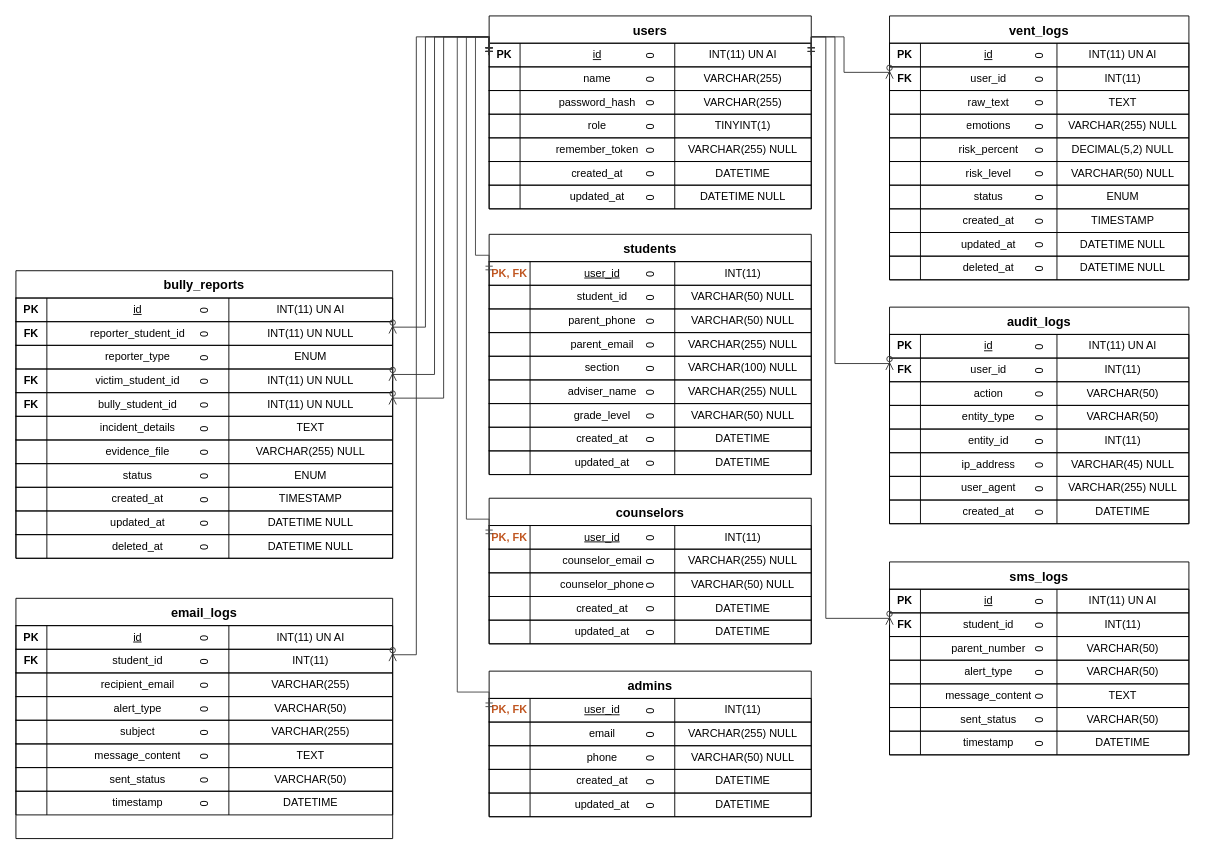
CrayCray3000/StudentShield-SoftwareEngineering keeps this draw.io diagram as docs/erd_diagram.drawio. Above is the earlier version. Source tidied: cells renumbered, new cells numbered last; positions are measured from the earlier drawing's top-left corner, leaving out a move shared by most shapes. Both pictures are drawn from the tidied source at 91%, with x=0, y=0 at pixel (15, 15).
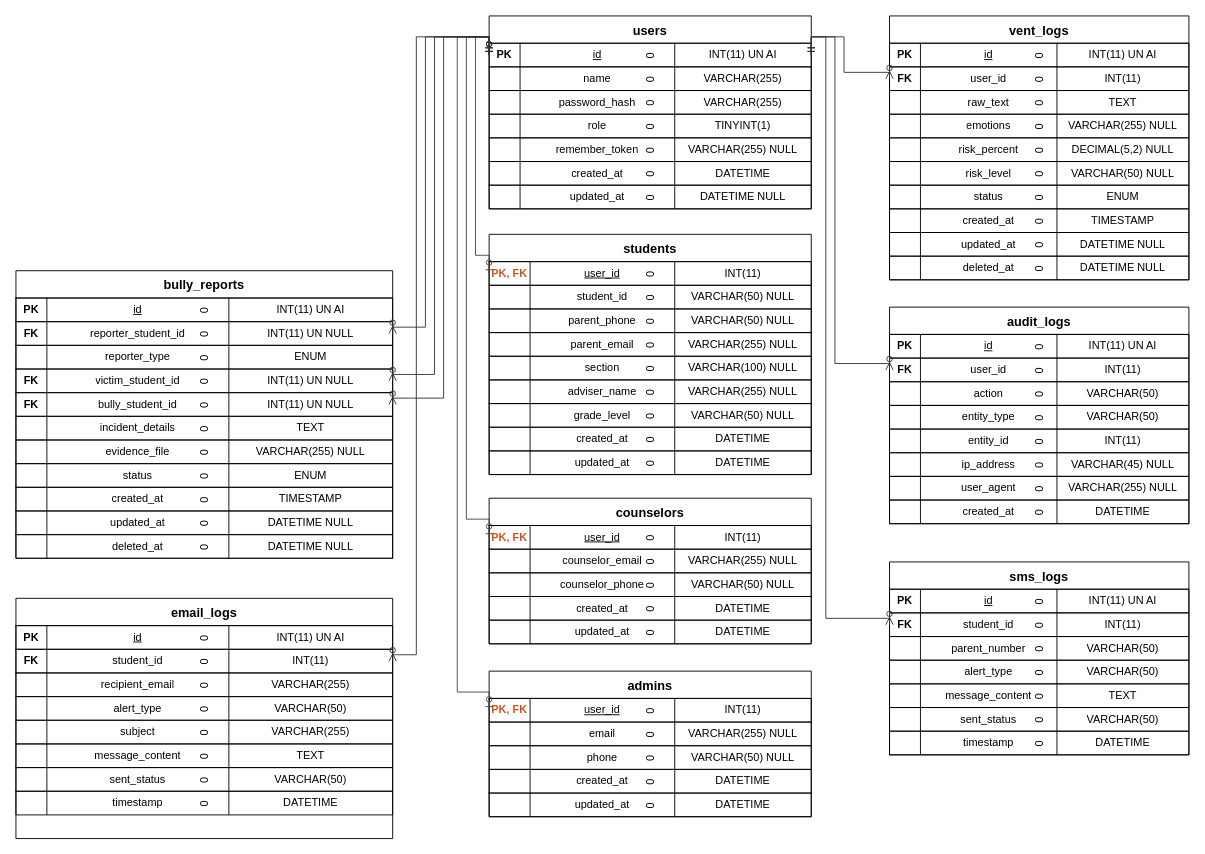
Above is the later version.

Commit message (it also covers changes not shown here):
Doc: update ERD cardinality and relationships to match schema constraints exactly

Unchanged cells that the change refers to:
```xml
<mxCell id="3" value="0" style="shape=tableRow;horizontal=0;startSize=0;swimlaneHead=0;swimlaneBody=0;fillColor=none;points=[[0,0.5],[1,0.5]];portConstraint=eastwest;fontSize=12;strokeColor=inherit;" parent="2" vertex="1">
  <mxGeometry y="30" width="354" height="26" as="geometry" />
</mxCell>
<mxCell id="32" value="0" style="shape=tableRow;horizontal=0;startSize=0;swimlaneHead=0;swimlaneBody=0;fillColor=none;points=[[0,0.5],[1,0.5]];portConstraint=eastwest;fontSize=12;strokeColor=inherit;" parent="31" vertex="1">
  <mxGeometry y="30" width="354" height="26" as="geometry" />
</mxCell>
<mxCell id="69" value="0" style="shape=tableRow;horizontal=0;startSize=0;swimlaneHead=0;swimlaneBody=0;fillColor=none;points=[[0,0.5],[1,0.5]];portConstraint=eastwest;fontSize=12;strokeColor=inherit;" parent="68" vertex="1">
  <mxGeometry y="30" width="354" height="26" as="geometry" />
</mxCell>
<mxCell id="90" value="0" style="shape=tableRow;horizontal=0;startSize=0;swimlaneHead=0;swimlaneBody=0;fillColor=none;points=[[0,0.5],[1,0.5]];portConstraint=eastwest;fontSize=12;strokeColor=inherit;" parent="89" vertex="1">
  <mxGeometry y="30" width="354" height="26" as="geometry" />
</mxCell>
<mxCell id="218" value="0" style="shape=tableRow;horizontal=0;startSize=0;swimlaneHead=0;swimlaneBody=0;fillColor=none;points=[[0,0.5],[1,0.5]];portConstraint=eastwest;fontSize=12;strokeColor=inherit;" parent="213" vertex="1">
  <mxGeometry y="56" width="414" height="26" as="geometry" />
</mxCell>
<mxCell id="226" value="0" style="shape=tableRow;horizontal=0;startSize=0;swimlaneHead=0;swimlaneBody=0;fillColor=none;points=[[0,0.5],[1,0.5]];portConstraint=eastwest;fontSize=12;strokeColor=inherit;" parent="213" vertex="1">
  <mxGeometry y="108" width="414" height="26" as="geometry" />
</mxCell>
<mxCell id="230" value="0" style="shape=tableRow;horizontal=0;startSize=0;swimlaneHead=0;swimlaneBody=0;fillColor=none;points=[[0,0.5],[1,0.5]];portConstraint=eastwest;fontSize=12;strokeColor=inherit;" parent="213" vertex="1">
  <mxGeometry y="134" width="414" height="26" as="geometry" />
</mxCell>
```

Change to the diagram source:
```diff
@@
-    <mxCell id="291" style="edgeStyle=orthogonalEdgeStyle;rounded=0;jettySize=auto;html=1;endArrow=ERmandOne;endFill=0;startArrow=ERmandOne;startFill=0;strokeColor=#444444;exitX=0;exitY=0.5;exitDx=0;exitDy=0;exitPerimeter=0;entryX=0;entryY=0.5;entryDx=0;entryDy=0;entryPerimeter=0;" parent="1" edge="1" source="3" target="32">
+    <mxCell id="291" style="edgeStyle=orthogonalEdgeStyle;rounded=0;jettySize=auto;html=1;endArrow=ERzeroToOne;endFill=0;startArrow=ERmandOne;startFill=0;strokeColor=#444444;exitX=0;exitY=0.5;exitDx=0;exitDy=0;exitPerimeter=0;entryX=0;entryY=0.5;entryDx=0;entryDy=0;entryPerimeter=0;" parent="1" edge="1" source="3" target="32">
       <mxGeometry relative="1" as="geometry">
         <Array as="points">
           <mxPoint x="505" y="23" />
           <mxPoint x="505" y="263" />
         </Array>
       </mxGeometry>
     </mxCell>
-    <mxCell id="292" style="edgeStyle=orthogonalEdgeStyle;rounded=0;jettySize=auto;html=1;endArrow=ERmandOne;endFill=0;startArrow=ERmandOne;startFill=0;strokeColor=#444444;exitX=0;exitY=0.5;exitDx=0;exitDy=0;exitPerimeter=0;entryX=0;entryY=0.5;entryDx=0;entryDy=0;entryPerimeter=0;" parent="1" edge="1" source="3" target="69">
+    <mxCell id="292" style="edgeStyle=orthogonalEdgeStyle;rounded=0;jettySize=auto;html=1;endArrow=ERzeroToOne;endFill=0;startArrow=ERmandOne;startFill=0;strokeColor=#444444;exitX=0;exitY=0.5;exitDx=0;exitDy=0;exitPerimeter=0;entryX=0;entryY=0.5;entryDx=0;entryDy=0;entryPerimeter=0;" parent="1" edge="1" source="3" target="69">
       <mxGeometry relative="1" as="geometry">
         <Array as="points">
           <mxPoint x="495" y="23" />
           <mxPoint x="495" y="553" />
         </Array>
       </mxGeometry>
     </mxCell>
-    <mxCell id="293" style="edgeStyle=orthogonalEdgeStyle;rounded=0;jettySize=auto;html=1;endArrow=ERmandOne;endFill=0;startArrow=ERmandOne;startFill=0;strokeColor=#444444;exitX=0;exitY=0.5;exitDx=0;exitDy=0;exitPerimeter=0;entryX=0;entryY=0.5;entryDx=0;entryDy=0;entryPerimeter=0;" parent="1" edge="1" source="3" target="90">
+    <mxCell id="293" style="edgeStyle=orthogonalEdgeStyle;rounded=0;jettySize=auto;html=1;endArrow=ERzeroToOne;endFill=0;startArrow=ERmandOne;startFill=0;strokeColor=#444444;exitX=0;exitY=0.5;exitDx=0;exitDy=0;exitPerimeter=0;entryX=0;entryY=0.5;entryDx=0;entryDy=0;entryPerimeter=0;" parent="1" edge="1" source="3" target="90">
       <mxGeometry relative="1" as="geometry">
         <Array as="points">
           <mxPoint x="485" y="23" />
           <mxPoint x="485" y="743" />
         </Array>
       </mxGeometry>
     </mxCell>
@@
-    <mxCell id="297" style="edgeStyle=orthogonalEdgeStyle;rounded=0;jettySize=auto;html=1;endArrow=ERzeroToMany;endFill=0;startArrow=ERmandOne;startFill=0;strokeColor=#333333;exitX=0;exitY=0.5;exitDx=0;exitDy=0;exitPerimeter=0;entryX=1;entryY=0.5;entryDx=0;entryDy=0;entryPerimeter=0;" parent="1" edge="1" source="3" target="218">
+    <mxCell id="297" style="edgeStyle=orthogonalEdgeStyle;rounded=0;jettySize=auto;html=1;endArrow=ERzeroToMany;endFill=0;startArrow=ERzeroToOne;startFill=0;strokeColor=#333333;exitX=0;exitY=0.5;exitDx=0;exitDy=0;exitPerimeter=0;entryX=1;entryY=0.5;entryDx=0;entryDy=0;entryPerimeter=0;" parent="1" edge="1" source="3" target="218">
       <mxGeometry relative="1" as="geometry">
         <Array as="points">
           <mxPoint x="450" y="23" />
           <mxPoint x="450" y="342" />
         </Array>
       </mxGeometry>
     </mxCell>
-    <mxCell id="298" style="edgeStyle=orthogonalEdgeStyle;rounded=0;jettySize=auto;html=1;endArrow=ERzeroToMany;endFill=0;startArrow=ERmandOne;startFill=0;strokeColor=#333333;exitX=0;exitY=0.5;exitDx=0;exitDy=0;exitPerimeter=0;entryX=1;entryY=0.5;entryDx=0;entryDy=0;entryPerimeter=0;" parent="1" edge="1" source="3" target="226">
+    <mxCell id="298" style="edgeStyle=orthogonalEdgeStyle;rounded=0;jettySize=auto;html=1;endArrow=ERzeroToMany;endFill=0;startArrow=ERzeroToOne;startFill=0;strokeColor=#333333;exitX=0;exitY=0.5;exitDx=0;exitDy=0;exitPerimeter=0;entryX=1;entryY=0.5;entryDx=0;entryDy=0;entryPerimeter=0;" parent="1" edge="1" source="3" target="226">
       <mxGeometry relative="1" as="geometry">
         <Array as="points">
           <mxPoint x="460" y="23" />
           <mxPoint x="460" y="394" />
         </Array>
       </mxGeometry>
     </mxCell>
-    <mxCell id="299" style="edgeStyle=orthogonalEdgeStyle;rounded=0;jettySize=auto;html=1;endArrow=ERzeroToMany;endFill=0;startArrow=ERmandOne;startFill=0;strokeColor=#333333;exitX=0;exitY=0.5;exitDx=0;exitDy=0;exitPerimeter=0;entryX=1;entryY=0.5;entryDx=0;entryDy=0;entryPerimeter=0;" parent="1" edge="1" source="3" target="230">
+    <mxCell id="299" style="edgeStyle=orthogonalEdgeStyle;rounded=0;jettySize=auto;html=1;endArrow=ERzeroToMany;endFill=0;startArrow=ERzeroToOne;startFill=0;strokeColor=#333333;exitX=0;exitY=0.5;exitDx=0;exitDy=0;exitPerimeter=0;entryX=1;entryY=0.5;entryDx=0;entryDy=0;entryPerimeter=0;" parent="1" edge="1" source="3" target="230">
       <mxGeometry relative="1" as="geometry">
         <Array as="points">
           <mxPoint x="470" y="23" />
           <mxPoint x="470" y="420" />
         </Array>
       </mxGeometry>
     </mxCell>
```
